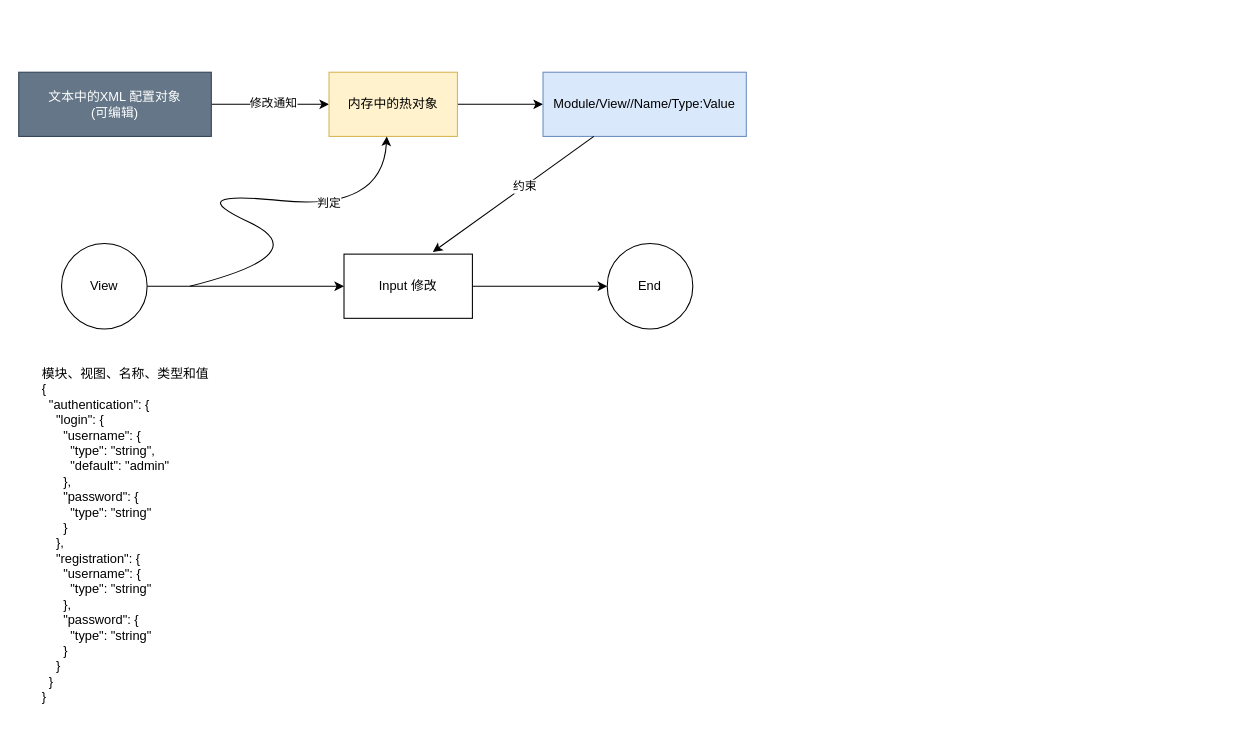
Above: 软件可输入性控制.drawio in robyle/WorkDocuments (draw.io), before the change. Source tidied: cells renumbered, new cells numbered last; positions are measured from the earlier drawing's top-left corner, leaving out a move shared by most shapes. Both pictures are drawn from the tidied source at 107%, with x=0, y=0 at pixel (18, 72).
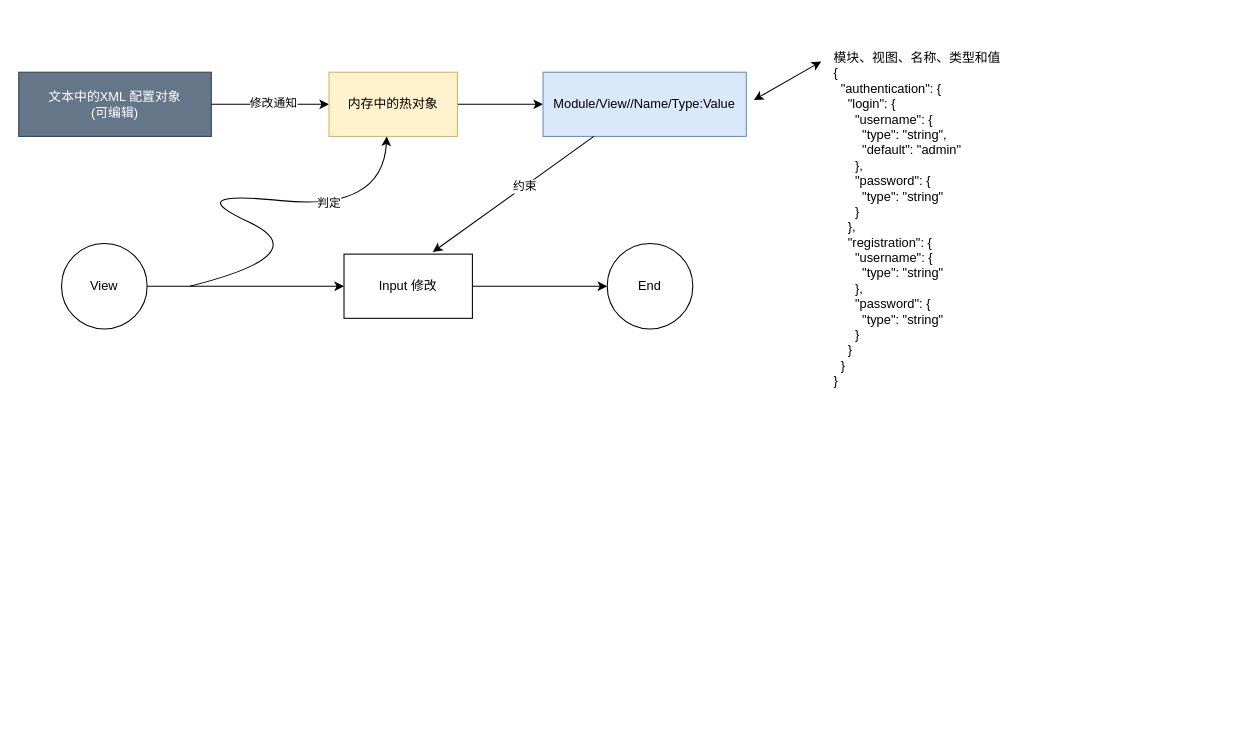
The same diagram, later.

Commit message (it also covers changes not shown here):
更新软件可输入性控制.drawio

Unchanged cells that the change refers to:
```xml
<mxCell id="7" value="Module/View//Name/Type:Value" style="whiteSpace=wrap;html=1;rounded=0;fillColor=#dae8fc;strokeColor=#6c8ebf;" parent="1" vertex="1">
  <mxGeometry x="490" width="190" height="60" as="geometry" />
</mxCell>
```

The edit, as a diff of the source:
```diff
@@
     <mxCell id="17" value="&lt;div&gt;&lt;div&gt;模块、视图、名称、类型和值&lt;br&gt;&lt;/div&gt;&lt;div&gt;{&lt;/div&gt;&lt;div&gt;&amp;nbsp; &quot;authentication&quot;: {&lt;/div&gt;&lt;div&gt;&amp;nbsp; &amp;nbsp; &quot;login&quot;: {&lt;/div&gt;&lt;div&gt;&amp;nbsp; &amp;nbsp; &amp;nbsp; &quot;username&quot;: {&lt;/div&gt;&lt;div&gt;&amp;nbsp; &amp;nbsp; &amp;nbsp; &amp;nbsp; &quot;type&quot;: &quot;string&quot;,&lt;/div&gt;&lt;div&gt;&amp;nbsp; &amp;nbsp; &amp;nbsp; &amp;nbsp; &quot;default&quot;: &quot;admin&quot;&lt;/div&gt;&lt;div&gt;&amp;nbsp; &amp;nbsp; &amp;nbsp; },&lt;/div&gt;&lt;div&gt;&amp;nbsp; &amp;nbsp; &amp;nbsp; &quot;password&quot;: {&lt;/div&gt;&lt;div&gt;&amp;nbsp; &amp;nbsp; &amp;nbsp; &amp;nbsp; &quot;type&quot;: &quot;string&quot;&lt;/div&gt;&lt;div&gt;&amp;nbsp; &amp;nbsp; &amp;nbsp; }&lt;/div&gt;&lt;div&gt;&amp;nbsp; &amp;nbsp; },&lt;/div&gt;&lt;div&gt;&amp;nbsp; &amp;nbsp; &quot;registration&quot;: {&lt;/div&gt;&lt;div&gt;&amp;nbsp; &amp;nbsp; &amp;nbsp; &quot;username&quot;: {&lt;/div&gt;&lt;div&gt;&amp;nbsp; &amp;nbsp; &amp;nbsp; &amp;nbsp; &quot;type&quot;: &quot;string&quot;&lt;/div&gt;&lt;div&gt;&amp;nbsp; &amp;nbsp; &amp;nbsp; },&lt;/div&gt;&lt;div&gt;&amp;nbsp; &amp;nbsp; &amp;nbsp; &quot;password&quot;: {&lt;/div&gt;&lt;div&gt;&amp;nbsp; &amp;nbsp; &amp;nbsp; &amp;nbsp; &quot;type&quot;: &quot;string&quot;&lt;/div&gt;&lt;div&gt;&amp;nbsp; &amp;nbsp; &amp;nbsp; }&lt;/div&gt;&lt;div&gt;&amp;nbsp; &amp;nbsp; }&lt;/div&gt;&lt;div&gt;&amp;nbsp; }&lt;/div&gt;&lt;div&gt;}&lt;/div&gt;&lt;/div&gt;&lt;div&gt;&lt;br&gt;&lt;/div&gt;" style="text;html=1;strokeColor=none;fillColor=none;align=left;verticalAlign=middle;whiteSpace=wrap;rounded=0;" parent="1" vertex="1">
-      <mxGeometry x="20" y="270" width="380" height="340" as="geometry" />
+      <mxGeometry x="760" y="-50" width="380" height="390" as="geometry" />
     </mxCell>
+    <mxCell id="18" style="endArrow=classic;startArrow=classic;html=1;rounded=0;exitX=1.037;exitY=0.433;exitDx=0;exitDy=0;exitPerimeter=0;" parent="1" edge="1" source="7">
+      <mxGeometry relative="1" as="geometry">
+        <mxPoint x="750" y="-10" as="targetPoint" />
+      </mxGeometry>
+    </mxCell>
```
